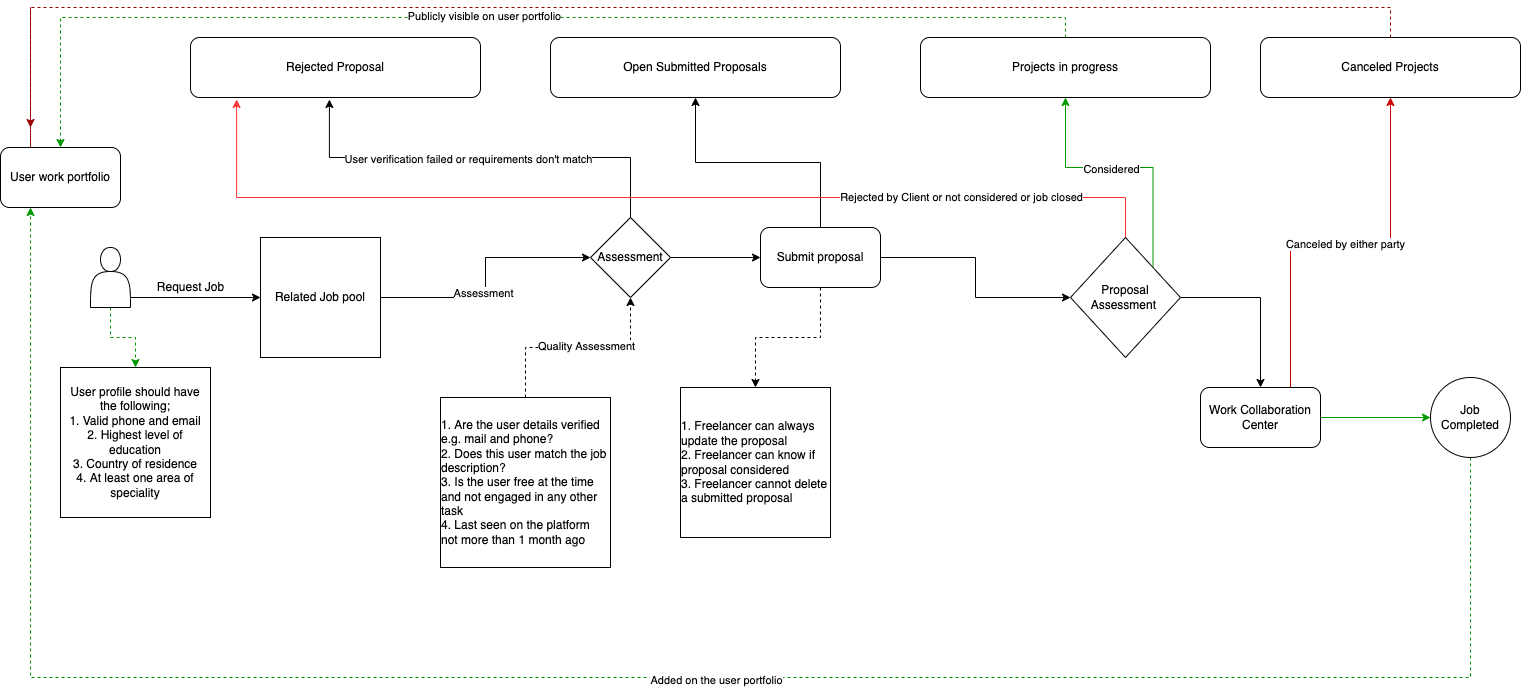
This is EF-logo Diagram.drawio.png from axoblade/classes02, a draw.io export, as it was before one commit. Source tidied: cells renumbered, new cells last; positions are measured from the earlier drawing's top-left corner, leaving out a move shared by most shapes.
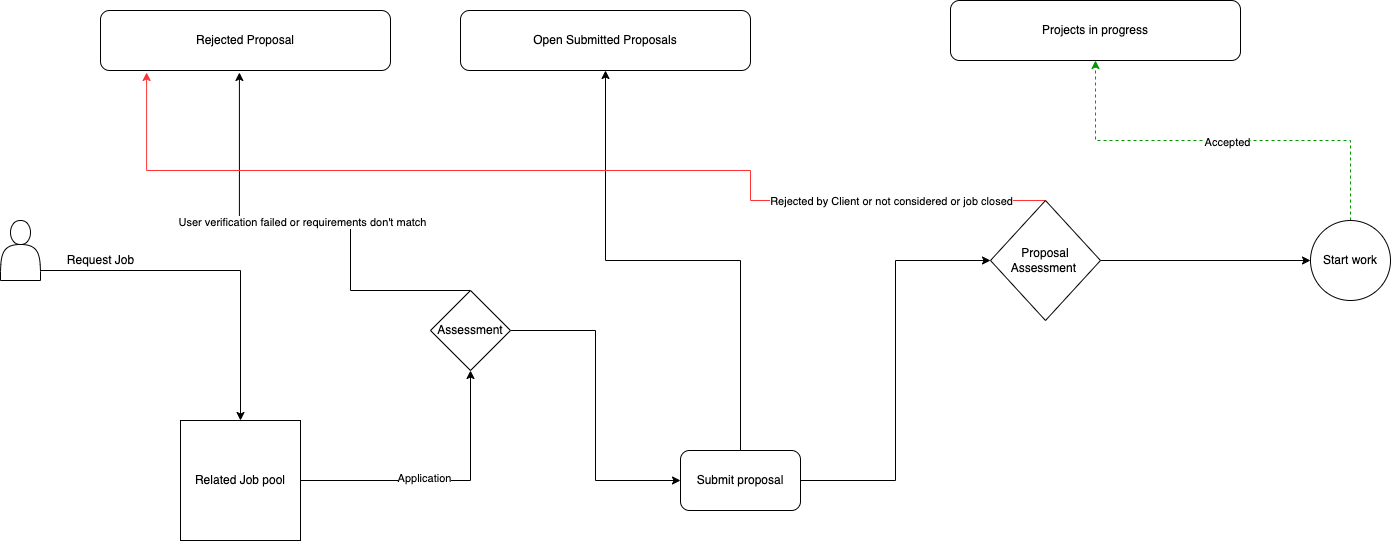
The same file after the commit.

Diff of the diagram source:
```diff
@@ -10,14 +10,20 @@
     <mxCell id="3" style="edgeStyle=orthogonalEdgeStyle;rounded=0;jettySize=auto;html=1;" parent="1" edge="1" source="5" target="9">
       <mxGeometry relative="1" as="geometry" />
     </mxCell>
-    <mxCell id="4" value="Assessment" style="edgeLabel;html=1;align=center;verticalAlign=middle;" parent="3" vertex="1">
+    <mxCell id="4" value="Application" style="edgeLabel;html=1;align=center;verticalAlign=middle;" parent="3" vertex="1">
       <mxGeometry x="-0.12" y="3" relative="1" as="geometry" />
     </mxCell>
     <mxCell id="5" value="Related Job pool" style="whiteSpace=wrap;html=1;" parent="1" vertex="1">
-      <mxGeometry x="260" y="230" width="120" height="120" as="geometry" />
+      <mxGeometry x="270" y="440" width="120" height="120" as="geometry" />
     </mxCell>
     <mxCell id="6" style="edgeStyle=orthogonalEdgeStyle;rounded=0;jettySize=auto;html=1;exitX=0.5;exitY=0;exitDx=0;exitDy=0;entryX=0.479;entryY=1.033;entryDx=0;entryDy=0;entryPerimeter=0;" parent="1" edge="1" source="9" target="14">
-      <mxGeometry relative="1" as="geometry" />
+      <mxGeometry relative="1" as="geometry">
+        <Array as="points">
+          <mxPoint x="440" y="310" />
+          <mxPoint x="440" y="240" />
+          <mxPoint x="329" y="240" />
+        </Array>
+      </mxGeometry>
     </mxCell>
     <mxCell id="7" value="User verification failed or requirements don't match" style="edgeLabel;html=1;align=center;verticalAlign=middle;" parent="6" vertex="1">
       <mxGeometry x="0.06" y="1" relative="1" as="geometry" />
@@ -26,136 +32,60 @@
       <mxGeometry relative="1" as="geometry" />
     </mxCell>
     <mxCell id="9" value="Assessment" style="rhombus;whiteSpace=wrap;html=1;" parent="1" vertex="1">
-      <mxGeometry x="590" y="210" width="80" height="80" as="geometry" />
+      <mxGeometry x="520" y="310" width="80" height="80" as="geometry" />
     </mxCell>
     <mxCell id="10" value="Request Job" style="text;html=1;align=center;verticalAlign=middle;strokeColor=none;fillColor=none;" parent="1" vertex="1">
       <mxGeometry x="150" y="270" width="80" height="20" as="geometry" />
     </mxCell>
-    <mxCell id="11" style="rounded=0;jettySize=auto;html=1;exitX=0.5;exitY=0;exitDx=0;exitDy=0;entryX=0.5;entryY=1;entryDx=0;entryDy=0;dashed=1;edgeStyle=orthogonalEdgeStyle;" parent="1" edge="1" source="13" target="9">
-      <mxGeometry relative="1" as="geometry" />
-    </mxCell>
-    <mxCell id="12" value="Quality Assessment" style="edgeLabel;html=1;align=center;verticalAlign=middle;" parent="11" vertex="1">
-      <mxGeometry x="0.07" y="2" relative="1" as="geometry" />
-    </mxCell>
-    <mxCell id="13" value="&lt;div style=&quot;text-align: left;&quot;&gt;&lt;span style=&quot;background-color: initial;&quot;&gt;1. Are the user details verified e.g. mail and phone?&lt;/span&gt;&lt;/div&gt;&lt;div style=&quot;text-align: left;&quot;&gt;&lt;span style=&quot;background-color: initial;&quot;&gt;2. Does this user match the job description?&lt;/span&gt;&lt;/div&gt;&lt;div style=&quot;text-align: left;&quot;&gt;&lt;span style=&quot;background-color: initial;&quot;&gt;3. Is the user free at the time and not engaged in any other task&lt;/span&gt;&lt;/div&gt;&lt;div style=&quot;text-align: left;&quot;&gt;&lt;span style=&quot;background-color: initial;&quot;&gt;4. Last seen on the platform not more than 1 month ago&lt;/span&gt;&lt;/div&gt;" style="whiteSpace=wrap;html=1;" parent="1" vertex="1">
-      <mxGeometry x="440" y="390" width="170" height="170" as="geometry" />
-    </mxCell>
     <mxCell id="14" value="Rejected Proposal" style="rounded=1;whiteSpace=wrap;html=1;" parent="1" vertex="1">
       <mxGeometry x="190" y="30" width="290" height="60" as="geometry" />
     </mxCell>
     <mxCell id="15" value="Open Submitted Proposals" style="rounded=1;whiteSpace=wrap;html=1;" parent="1" vertex="1">
       <mxGeometry x="550" y="30" width="290" height="60" as="geometry" />
     </mxCell>
-    <mxCell id="16" style="edgeStyle=orthogonalEdgeStyle;rounded=0;jettySize=auto;html=1;exitX=0.5;exitY=0;exitDx=0;exitDy=0;entryX=0.5;entryY=0;entryDx=0;entryDy=0;dashed=1;strokeColor=#009900;" parent="1" edge="1" source="18" target="42">
-      <mxGeometry relative="1" as="geometry" />
-    </mxCell>
-    <mxCell id="17" value="Publicly visible on user portfolio" style="edgeLabel;html=1;align=center;verticalAlign=middle;" parent="16" vertex="1">
-      <mxGeometry x="0.04" y="-2" relative="1" as="geometry" />
-    </mxCell>
     <mxCell id="18" value="Projects in progress" style="rounded=1;whiteSpace=wrap;html=1;" parent="1" vertex="1">
-      <mxGeometry x="920" y="30" width="290" height="60" as="geometry" />
+      <mxGeometry x="1040" y="20" width="290" height="60" as="geometry" />
     </mxCell>
-    <mxCell id="19" style="edgeStyle=orthogonalEdgeStyle;rounded=0;jettySize=auto;html=1;exitX=0.5;exitY=0;exitDx=0;exitDy=0;dashed=1;strokeColor=#990000;startArrow=none;" parent="1" edge="1" source="42">
-      <mxGeometry relative="1" as="geometry">
-        <mxPoint x="30" y="120" as="targetPoint" />
-        <Array as="points">
-          <mxPoint x="30" />
-          <mxPoint x="30" y="130" />
-        </Array>
-      </mxGeometry>
-    </mxCell>
-    <mxCell id="20" value="Canceled Projects" style="rounded=1;whiteSpace=wrap;html=1;" parent="1" vertex="1">
-      <mxGeometry x="1260" y="30" width="260" height="60" as="geometry" />
-    </mxCell>
     <mxCell id="21" style="edgeStyle=orthogonalEdgeStyle;rounded=0;jettySize=auto;html=1;exitX=0.5;exitY=0;exitDx=0;exitDy=0;entryX=0.5;entryY=1;entryDx=0;entryDy=0;" parent="1" edge="1" source="24" target="15">
       <mxGeometry relative="1" as="geometry" />
     </mxCell>
-    <mxCell id="22" style="edgeStyle=orthogonalEdgeStyle;rounded=0;jettySize=auto;html=1;exitX=0.5;exitY=1;exitDx=0;exitDy=0;entryX=0.5;entryY=0;entryDx=0;entryDy=0;dashed=1;" parent="1" edge="1" source="24" target="25">
-      <mxGeometry relative="1" as="geometry" />
-    </mxCell>
     <mxCell id="23" style="edgeStyle=orthogonalEdgeStyle;rounded=0;jettySize=auto;html=1;exitX=1;exitY=0.5;exitDx=0;exitDy=0;entryX=0;entryY=0.5;entryDx=0;entryDy=0;" parent="1" edge="1" source="24" target="31">
       <mxGeometry relative="1" as="geometry" />
     </mxCell>
     <mxCell id="24" value="Submit proposal" style="rounded=1;whiteSpace=wrap;html=1;" parent="1" vertex="1">
-      <mxGeometry x="760" y="220" width="120" height="60" as="geometry" />
+      <mxGeometry x="770" y="470" width="120" height="60" as="geometry" />
     </mxCell>
-    <mxCell id="25" value="&lt;div style=&quot;text-align: left;&quot;&gt;&lt;span style=&quot;background-color: initial;&quot;&gt;1. Freelancer can always update the proposal&lt;/span&gt;&lt;/div&gt;&lt;div style=&quot;text-align: left;&quot;&gt;&lt;span style=&quot;background-color: initial;&quot;&gt;2. Freelancer can know if proposal considered&lt;/span&gt;&lt;/div&gt;&lt;div style=&quot;text-align: left;&quot;&gt;&lt;span style=&quot;background-color: initial;&quot;&gt;3. Freelancer cannot delete a submitted proposal&lt;/span&gt;&lt;/div&gt;" style="whiteSpace=wrap;html=1;" parent="1" vertex="1">
-      <mxGeometry x="680" y="380" width="150" height="150" as="geometry" />
-    </mxCell>
     <mxCell id="26" style="edgeStyle=orthogonalEdgeStyle;rounded=0;jettySize=auto;html=1;exitX=0.5;exitY=0;exitDx=0;exitDy=0;entryX=0.159;entryY=1.033;entryDx=0;entryDy=0;entryPerimeter=0;strokeColor=#FF3333;" parent="1" edge="1" source="31" target="14">
       <mxGeometry relative="1" as="geometry">
         <Array as="points">
-          <mxPoint x="1125" y="190" />
+          <mxPoint x="840" y="220" />
+          <mxPoint x="840" y="190" />
           <mxPoint x="236" y="190" />
         </Array>
       </mxGeometry>
     </mxCell>
     <mxCell id="27" value="Rejected by Client or not considered or job closed" style="edgeLabel;html=1;align=center;verticalAlign=middle;" parent="26" vertex="1">
       <mxGeometry x="-0.19" y="-1" relative="1" as="geometry">
-        <mxPoint x="209" as="offset" />
+        <mxPoint x="229" y="31" as="offset" />
       </mxGeometry>
     </mxCell>
-    <mxCell id="28" style="edgeStyle=orthogonalEdgeStyle;rounded=0;jettySize=auto;html=1;exitX=1;exitY=0;exitDx=0;exitDy=0;entryX=0.5;entryY=1;entryDx=0;entryDy=0;strokeColor=#009900;" parent="1" edge="1" source="31" target="18">
-      <mxGeometry relative="1" as="geometry" />
-    </mxCell>
-    <mxCell id="29" value="Considered" style="edgeLabel;html=1;align=center;verticalAlign=middle;" parent="28" vertex="1">
-      <mxGeometry x="-0.06" y="1" relative="1" as="geometry">
-        <mxPoint x="-20" as="offset" />
-      </mxGeometry>
-    </mxCell>
-    <mxCell id="30" style="edgeStyle=orthogonalEdgeStyle;rounded=0;jettySize=auto;html=1;exitX=1;exitY=0.5;exitDx=0;exitDy=0;entryX=0.5;entryY=0;entryDx=0;entryDy=0;strokeColor=#000000;" parent="1" edge="1" source="31" target="35">
-      <mxGeometry relative="1" as="geometry" />
-    </mxCell>
+    <mxCell id="44" style="edgeStyle=orthogonalEdgeStyle;rounded=0;jettySize=auto;html=1;exitX=1;exitY=0.5;exitDx=0;exitDy=0;strokeColor=#000000;" parent="1" edge="1" source="31" target="47">
+      <mxGeometry relative="1" as="geometry" />
+    </mxCell>
     <mxCell id="31" value="Proposal&lt;br&gt;Assessment&amp;nbsp;" style="rhombus;whiteSpace=wrap;html=1;" parent="1" vertex="1">
-      <mxGeometry x="1070" y="230" width="110" height="120" as="geometry" />
+      <mxGeometry x="1080" y="220" width="110" height="120" as="geometry" />
     </mxCell>
-    <mxCell id="32" style="edgeStyle=orthogonalEdgeStyle;rounded=0;jettySize=auto;html=1;exitX=0.75;exitY=0;exitDx=0;exitDy=0;entryX=0.5;entryY=1;entryDx=0;entryDy=0;strokeColor=#CC0000;" parent="1" edge="1" source="35" target="20">
-      <mxGeometry relative="1" as="geometry" />
-    </mxCell>
-    <mxCell id="33" value="Canceled by either party" style="edgeLabel;html=1;align=center;verticalAlign=middle;" parent="32" vertex="1">
-      <mxGeometry x="-0.11" relative="1" as="geometry">
-        <mxPoint x="26" y="1" as="offset" />
-      </mxGeometry>
-    </mxCell>
-    <mxCell id="34" style="edgeStyle=orthogonalEdgeStyle;rounded=0;jettySize=auto;html=1;exitX=1;exitY=0.5;exitDx=0;exitDy=0;entryX=0;entryY=0.5;entryDx=0;entryDy=0;strokeColor=#009900;" parent="1" edge="1" source="35" target="38">
-      <mxGeometry relative="1" as="geometry" />
-    </mxCell>
-    <mxCell id="35" value="Work Collaboration Center" style="rounded=1;whiteSpace=wrap;html=1;" parent="1" vertex="1">
-      <mxGeometry x="1200" y="380" width="120" height="60" as="geometry" />
-    </mxCell>
-    <mxCell id="36" style="edgeStyle=orthogonalEdgeStyle;rounded=0;jettySize=auto;html=1;exitX=0.5;exitY=1;exitDx=0;exitDy=0;entryX=0.25;entryY=1;entryDx=0;entryDy=0;dashed=1;strokeColor=#009900;" parent="1" edge="1" source="38" target="42">
-      <mxGeometry relative="1" as="geometry">
-        <Array as="points">
-          <mxPoint x="1470" y="670" />
-          <mxPoint x="30" y="670" />
-        </Array>
-      </mxGeometry>
-    </mxCell>
-    <mxCell id="37" value="Added on the user portfolio" style="edgeLabel;html=1;align=center;verticalAlign=middle;" parent="36" vertex="1">
-      <mxGeometry x="-0.08" y="2" relative="1" as="geometry" />
-    </mxCell>
-    <mxCell id="38" value="Job Completed" style="ellipse;whiteSpace=wrap;html=1;" parent="1" vertex="1">
-      <mxGeometry x="1430" y="370" width="80" height="80" as="geometry" />
-    </mxCell>
-    <mxCell id="39" style="edgeStyle=orthogonalEdgeStyle;rounded=0;jettySize=auto;html=1;exitX=0.5;exitY=1;exitDx=0;exitDy=0;entryX=0.5;entryY=0;entryDx=0;entryDy=0;strokeColor=#009900;dashed=1;" parent="1" edge="1" source="40" target="41">
-      <mxGeometry relative="1" as="geometry" />
-    </mxCell>
     <mxCell id="40" style="shape=actor;whiteSpace=wrap;html=1;" parent="1" vertex="1">
       <mxGeometry x="90" y="240" width="40" height="60" as="geometry" />
     </mxCell>
-    <mxCell id="41" value="User profile should have the following;&lt;br&gt;1. Valid phone and email&lt;br&gt;2. Highest level of education&lt;br&gt;3. Country of residence&lt;br&gt;4. At least one area of speciality" style="whiteSpace=wrap;html=1;" parent="1" vertex="1">
-      <mxGeometry x="60" y="360" width="150" height="150" as="geometry" />
-    </mxCell>
-    <mxCell id="42" value="User work portfolio" style="rounded=1;whiteSpace=wrap;html=1;" parent="1" vertex="1">
-      <mxGeometry y="140" width="120" height="60" as="geometry" />
-    </mxCell>
-    <mxCell id="43" style="edgeStyle=orthogonalEdgeStyle;rounded=0;jettySize=auto;html=1;exitX=0.5;exitY=0;exitDx=0;exitDy=0;dashed=1;strokeColor=#990000;endArrow=none;" parent="1" edge="1" source="20" target="42">
-      <mxGeometry relative="1" as="geometry">
-        <Array as="points">
-          <mxPoint x="1390" />
-          <mxPoint x="30" />
-        </Array>
-      </mxGeometry>
-    </mxCell>
+    <mxCell id="45" style="edgeStyle=orthogonalEdgeStyle;rounded=0;jettySize=auto;html=1;exitX=0.5;exitY=0;exitDx=0;exitDy=0;entryX=0.5;entryY=1;entryDx=0;entryDy=0;dashed=1;strokeColor=#009900;" parent="1" edge="1" source="47" target="18">
+      <mxGeometry relative="1" as="geometry" />
+    </mxCell>
+    <mxCell id="46" value="Accepted" style="edgeLabel;html=1;align=center;verticalAlign=middle;" parent="45" vertex="1">
+      <mxGeometry x="-0.02" y="1" relative="1" as="geometry" />
+    </mxCell>
+    <mxCell id="47" value="Start work" style="ellipse;whiteSpace=wrap;html=1;" parent="1" vertex="1">
+      <mxGeometry x="1400" y="240" width="80" height="80" as="geometry" />
+    </mxCell>
   </root>
 </mxGraphModel>
```
